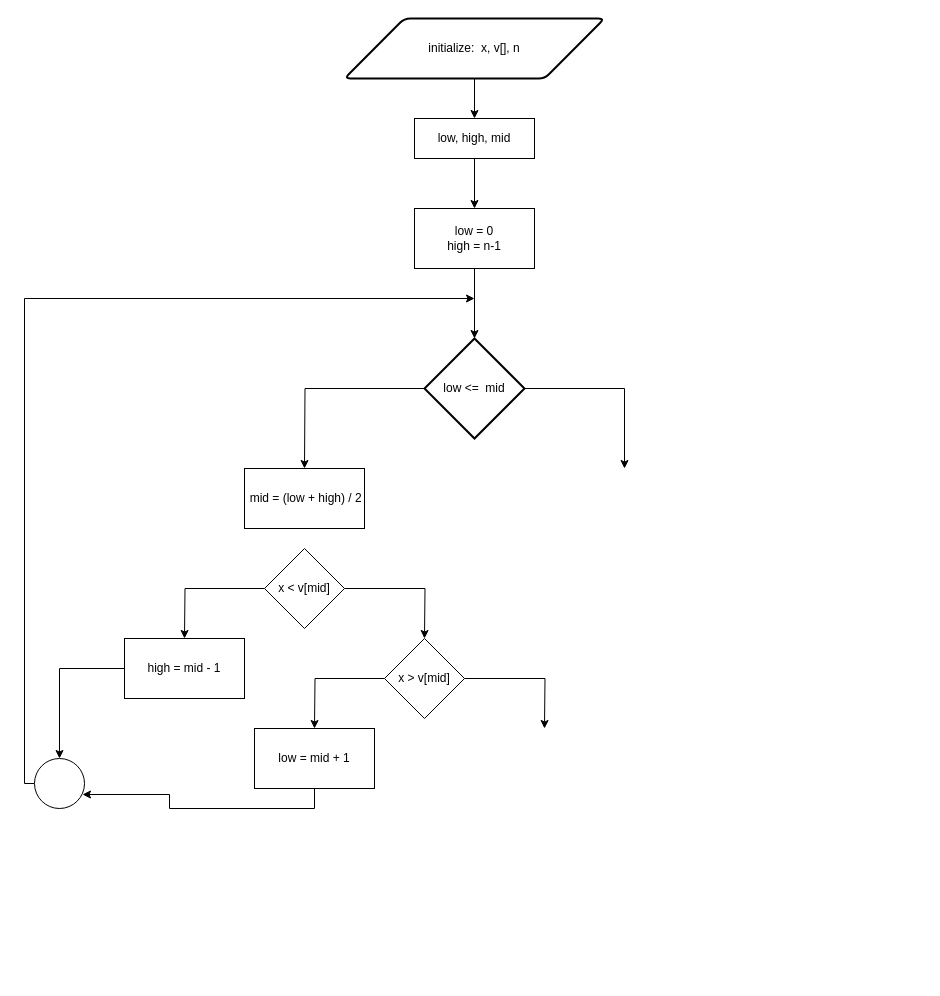
Before: binarySearch.drawio in BURMAUG/SoftwareTesting, a draw.io diagram. Source tidied: cells renumbered, new cells numbered last; positions are measured from the earlier drawing's top-left corner, leaving out a move shared by most shapes. Both pictures are drawn from the tidied source at 100%, with x=0, y=0 at pixel (24, 18).
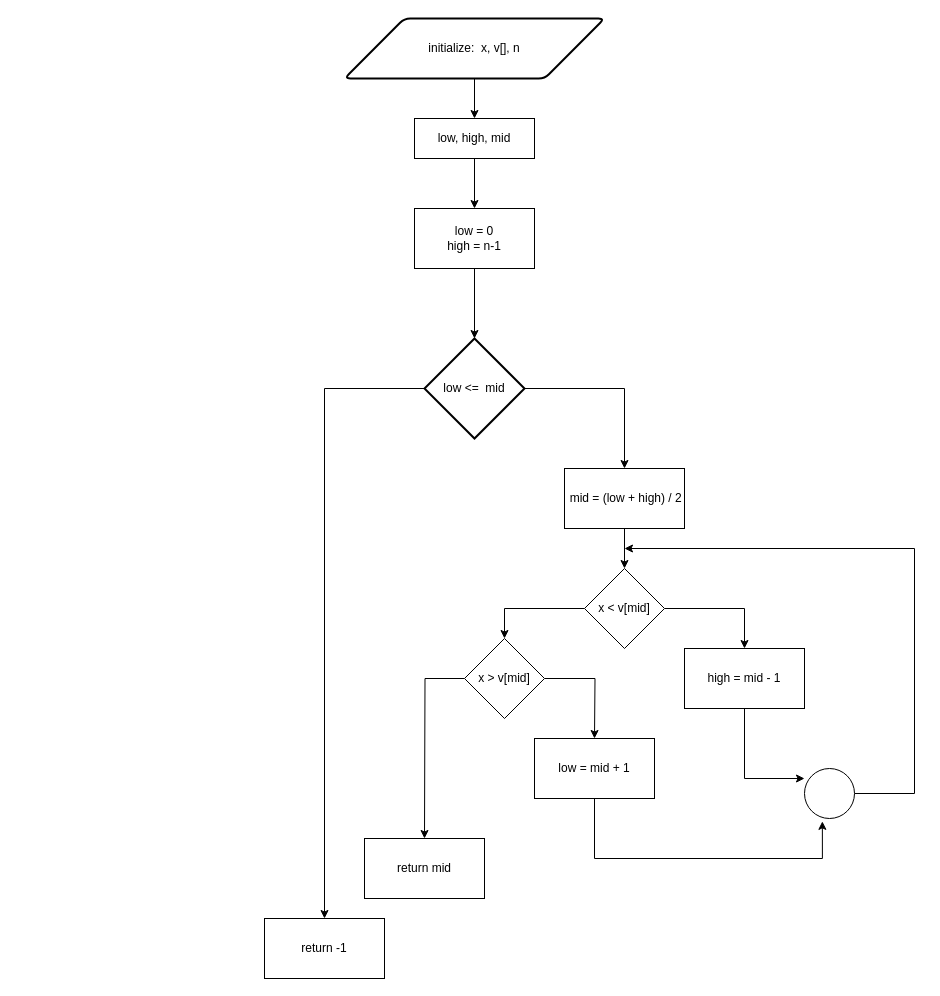
The same diagram, later.

Unchanged cells that the change refers to:
```xml
<mxCell id="10" value="low &amp;lt;= &amp;nbsp;mid" style="strokeWidth=2;html=1;shape=mxgraph.flowchart.decision;whiteSpace=wrap;" parent="1" vertex="1">
  <mxGeometry x="400" y="320" width="100" height="100" as="geometry" />
</mxCell>
```

Change to the diagram source:
```diff
@@
-    <mxCell id="9" style="edgeStyle=orthogonalEdgeStyle;rounded=0;jettySize=auto;html=1;" parent="1" edge="1" source="10">
-      <mxGeometry relative="1" as="geometry">
-        <mxPoint x="280" y="450" as="targetPoint" />
-      </mxGeometry>
+    <mxCell id="9" style="edgeStyle=orthogonalEdgeStyle;rounded=0;jettySize=auto;html=1;entryX=0.5;entryY=0;entryDx=0;entryDy=0;" parent="1" edge="1" source="10" target="31">
+      <mxGeometry relative="1" as="geometry" />
     </mxCell>
@@
+    <mxCell id="24" style="edgeStyle=orthogonalEdgeStyle;rounded=0;jettySize=auto;html=1;entryX=0.5;entryY=0;entryDx=0;entryDy=0;" parent="1" edge="1" source="11" target="14">
+      <mxGeometry relative="1" as="geometry" />
+    </mxCell>
     <mxCell id="11" value="&amp;nbsp;mid = (low + high) / 2" style="rounded=0;whiteSpace=wrap;html=1;" parent="1" vertex="1">
-      <mxGeometry x="220" y="450" width="120" height="60" as="geometry" />
+      <mxGeometry x="540" y="450" width="120" height="60" as="geometry" />
     </mxCell>
-    <mxCell id="12" style="edgeStyle=orthogonalEdgeStyle;rounded=0;jettySize=auto;html=1;" parent="1" edge="1" source="14">
-      <mxGeometry relative="1" as="geometry">
-        <mxPoint x="400" y="620" as="targetPoint" />
-      </mxGeometry>
-    </mxCell>
-    <mxCell id="13" style="edgeStyle=orthogonalEdgeStyle;rounded=0;jettySize=auto;html=1;" parent="1" edge="1" source="14">
-      <mxGeometry relative="1" as="geometry">
-        <mxPoint x="160" y="620" as="targetPoint" />
-      </mxGeometry>
-    </mxCell>
+    <mxCell id="25" style="edgeStyle=orthogonalEdgeStyle;rounded=0;jettySize=auto;html=1;entryX=0.5;entryY=0;entryDx=0;entryDy=0;" parent="1" edge="1" source="14" target="16">
+      <mxGeometry relative="1" as="geometry" />
+    </mxCell>
+    <mxCell id="26" style="edgeStyle=orthogonalEdgeStyle;rounded=0;jettySize=auto;html=1;entryX=0.5;entryY=0;entryDx=0;entryDy=0;" parent="1" edge="1" source="14" target="19">
+      <mxGeometry relative="1" as="geometry" />
+    </mxCell>
     <mxCell id="14" value="x &amp;lt; v[mid]" style="rhombus;whiteSpace=wrap;html=1;" parent="1" vertex="1">
-      <mxGeometry x="240" y="530" width="80" height="80" as="geometry" />
+      <mxGeometry x="560" y="550" width="80" height="80" as="geometry" />
     </mxCell>
-    <mxCell id="15" style="edgeStyle=orthogonalEdgeStyle;rounded=0;jettySize=auto;html=1;entryX=0;entryY=0.5;entryDx=0;entryDy=0;" parent="1" edge="1" source="16" target="23">
+    <mxCell id="15" style="edgeStyle=orthogonalEdgeStyle;rounded=0;jettySize=auto;html=1;entryX=0.2;entryY=1;entryDx=0;entryDy=0;entryPerimeter=0;" parent="1" edge="1" source="16" target="23">
       <mxGeometry relative="1" as="geometry" />
     </mxCell>
     <mxCell id="16" value="high = mid - 1" style="rounded=0;whiteSpace=wrap;html=1;" parent="1" vertex="1">
-      <mxGeometry x="100" y="620" width="120" height="60" as="geometry" />
+      <mxGeometry x="660" y="630" width="120" height="60" as="geometry" />
     </mxCell>
-    <mxCell id="17" style="edgeStyle=orthogonalEdgeStyle;rounded=0;jettySize=auto;html=1;" parent="1" edge="1" source="19">
-      <mxGeometry relative="1" as="geometry">
-        <mxPoint x="520" y="710" as="targetPoint" />
-      </mxGeometry>
-    </mxCell>
-    <mxCell id="18" style="edgeStyle=orthogonalEdgeStyle;rounded=0;jettySize=auto;html=1;" parent="1" edge="1" source="19">
-      <mxGeometry relative="1" as="geometry">
-        <mxPoint x="290" y="710" as="targetPoint" />
-      </mxGeometry>
-    </mxCell>
+    <mxCell id="27" style="edgeStyle=orthogonalEdgeStyle;rounded=0;jettySize=auto;html=1;" parent="1" edge="1" source="19">
+      <mxGeometry relative="1" as="geometry">
+        <mxPoint x="570" y="720" as="targetPoint" />
+      </mxGeometry>
+    </mxCell>
+    <mxCell id="28" style="edgeStyle=orthogonalEdgeStyle;rounded=0;jettySize=auto;html=1;" parent="1" edge="1" source="19">
+      <mxGeometry relative="1" as="geometry">
+        <mxPoint x="400" y="820" as="targetPoint" />
+      </mxGeometry>
+    </mxCell>
     <mxCell id="19" value="x &amp;gt; v[mid]" style="rhombus;whiteSpace=wrap;html=1;" parent="1" vertex="1">
-      <mxGeometry x="360" y="620" width="80" height="80" as="geometry" />
+      <mxGeometry x="440" y="620" width="80" height="80" as="geometry" />
     </mxCell>
-    <mxCell id="20" style="edgeStyle=orthogonalEdgeStyle;rounded=0;jettySize=auto;html=1;entryX=0.72;entryY=0.04;entryDx=0;entryDy=0;entryPerimeter=0;" parent="1" edge="1" source="21" target="23">
+    <mxCell id="20" style="edgeStyle=orthogonalEdgeStyle;rounded=0;jettySize=auto;html=1;entryX=1.057;entryY=0.643;entryDx=0;entryDy=0;entryPerimeter=0;" parent="1" edge="1" source="21" target="23">
       <mxGeometry relative="1" as="geometry">
         <Array as="points">
-          <mxPoint x="290" y="790" />
-          <mxPoint x="145" y="790" />
-          <mxPoint x="145" y="776" />
+          <mxPoint x="570" y="840" />
+          <mxPoint x="798" y="840" />
         </Array>
       </mxGeometry>
     </mxCell>
     <mxCell id="21" value="low = mid + 1" style="rounded=0;whiteSpace=wrap;html=1;" parent="1" vertex="1">
-      <mxGeometry x="230" y="710" width="120" height="60" as="geometry" />
+      <mxGeometry x="510" y="720" width="120" height="60" as="geometry" />
     </mxCell>
-    <mxCell id="22" style="edgeStyle=orthogonalEdgeStyle;rounded=0;jettySize=auto;html=1;" parent="1" edge="1" source="23">
-      <mxGeometry relative="1" as="geometry">
-        <mxPoint x="450" y="280" as="targetPoint" />
-        <Array as="points">
-          <mxPoint y="765" />
-          <mxPoint y="280" />
-        </Array>
-      </mxGeometry>
-    </mxCell>
+    <mxCell id="29" style="edgeStyle=orthogonalEdgeStyle;rounded=0;jettySize=auto;html=1;" parent="1" edge="1" source="23">
+      <mxGeometry relative="1" as="geometry">
+        <mxPoint x="600" y="530" as="targetPoint" />
+        <Array as="points">
+          <mxPoint x="890" y="775" />
+          <mxPoint x="890" y="530" />
+        </Array>
+      </mxGeometry>
+    </mxCell>
     <mxCell id="23" style="ellipse;whiteSpace=wrap;html=1;direction=south;" parent="1" vertex="1">
-      <mxGeometry x="10" y="740" width="50" height="50" as="geometry" />
+      <mxGeometry x="780" y="750" width="50" height="50" as="geometry" />
     </mxCell>
+    <mxCell id="30" value="return mid" style="rounded=0;whiteSpace=wrap;html=1;" parent="1" vertex="1">
+      <mxGeometry x="340" y="820" width="120" height="60" as="geometry" />
+    </mxCell>
+    <mxCell id="31" value="return -1" style="rounded=0;whiteSpace=wrap;html=1;" parent="1" vertex="1">
+      <mxGeometry x="240" y="900" width="120" height="60" as="geometry" />
+    </mxCell>
```
